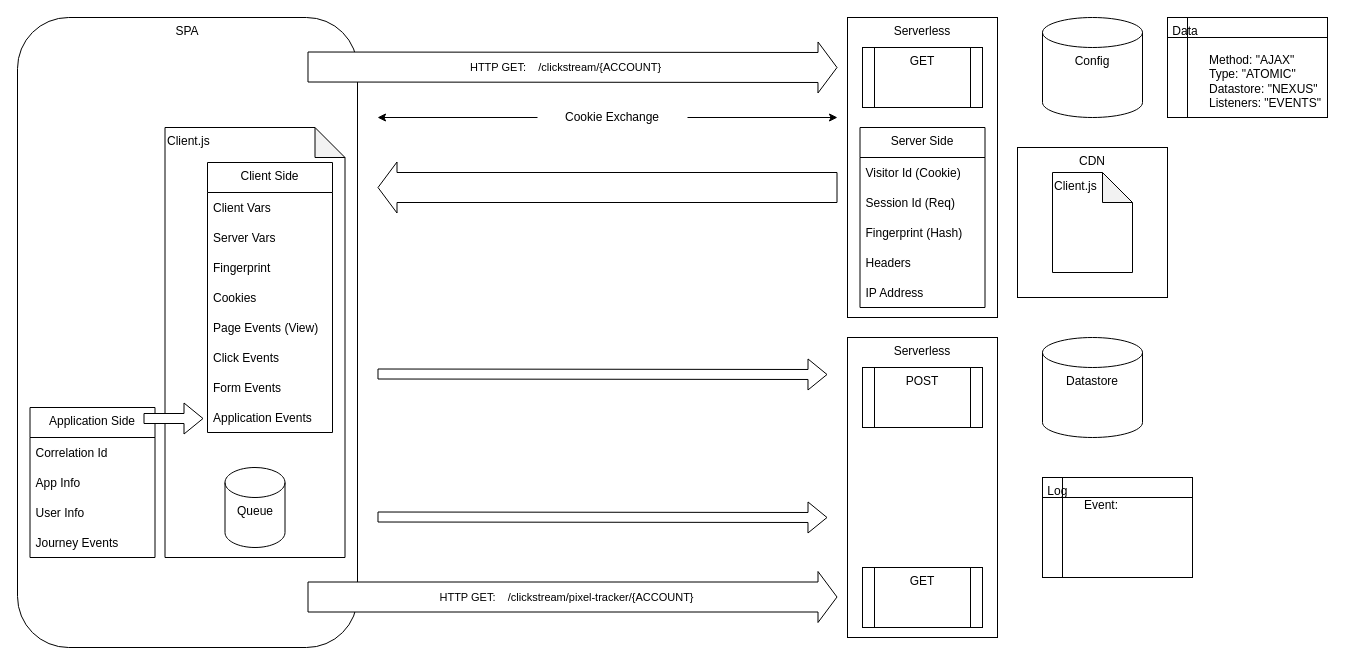
Earlier version of the draw.io diagram Clickstream.drawio (hikumealan/draw-io-diagrams). Source tidied: cells renumbered, new cells numbered last; positions are measured from the earlier drawing's top-left corner, leaving out a move shared by most shapes. Both pictures are drawn from the tidied source at 100%, with x=0, y=0 at pixel (17, 17).
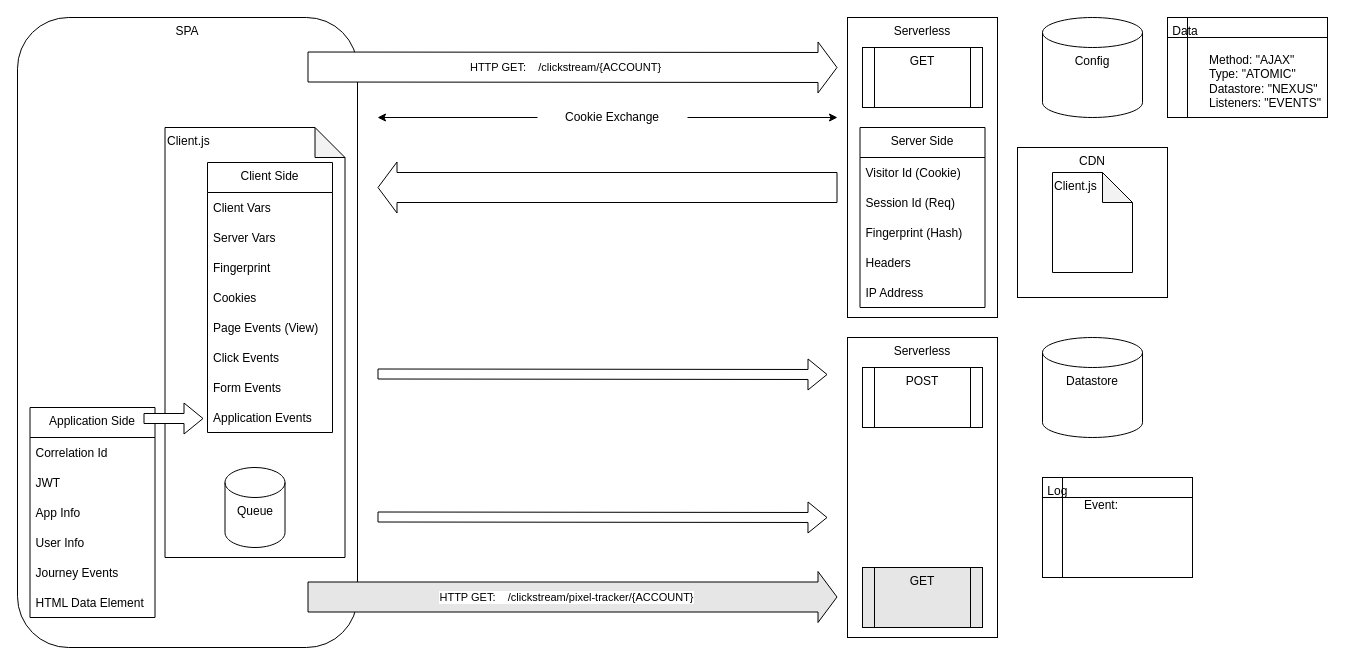
After the change.

Diff of the diagram source:
```diff
@@
     <mxCell id="31" value="Application Side" style="swimlane;fontStyle=0;horizontal=1;startSize=30;verticalAlign=top;" parent="1" vertex="1">
-      <mxGeometry x="12.5" y="390" width="125" height="150" as="geometry" />
+      <mxGeometry x="12.5" y="390" width="125" height="210" as="geometry" />
     </mxCell>
+    <mxCell id="47" value="Correlation Id" style="text;strokeColor=none;fillColor=none;align=left;verticalAlign=middle;spacingLeft=4;spacingRight=4;overflow=hidden;" parent="31" vertex="1">
+      <mxGeometry y="30" width="125" height="30" as="geometry" />
+    </mxCell>
-    <mxCell id="32" value="Correlation Id" style="text;strokeColor=none;fillColor=none;align=left;verticalAlign=middle;spacingLeft=4;spacingRight=4;overflow=hidden;" parent="31" vertex="1">
-      <mxGeometry y="30" width="125" height="30" as="geometry" />
+    <mxCell id="32" value="JWT" style="text;strokeColor=none;fillColor=none;align=left;verticalAlign=middle;spacingLeft=4;spacingRight=4;overflow=hidden;" parent="31" vertex="1">
+      <mxGeometry y="60" width="125" height="30" as="geometry" />
     </mxCell>
     <mxCell id="33" value="App Info" style="text;strokeColor=none;fillColor=none;align=left;verticalAlign=middle;spacingLeft=4;spacingRight=4;overflow=hidden;" parent="31" vertex="1">
-      <mxGeometry y="60" width="125" height="30" as="geometry" />
+      <mxGeometry y="90" width="125" height="30" as="geometry" />
     </mxCell>
     <mxCell id="34" value="User Info" style="text;strokeColor=none;fillColor=none;align=left;verticalAlign=middle;spacingLeft=4;spacingRight=4;overflow=hidden;" parent="31" vertex="1">
-      <mxGeometry y="90" width="125" height="30" as="geometry" />
+      <mxGeometry y="120" width="125" height="30" as="geometry" />
     </mxCell>
     <mxCell id="35" value="Journey Events" style="text;strokeColor=none;fillColor=none;align=left;verticalAlign=middle;spacingLeft=4;spacingRight=4;overflow=hidden;" parent="31" vertex="1">
-      <mxGeometry y="120" width="125" height="30" as="geometry" />
+      <mxGeometry y="150" width="125" height="30" as="geometry" />
     </mxCell>
+    <mxCell id="48" value="HTML Data Element" style="text;strokeColor=none;fillColor=none;align=left;verticalAlign=middle;spacingLeft=4;spacingRight=4;overflow=hidden;" parent="31" vertex="1">
+      <mxGeometry y="180" width="125" height="30" as="geometry" />
+    </mxCell>
@@
-    <mxCell id="41" style="shape=flexArrow;endArrow=classic;html=1;width=30;fillColor=default;" parent="1" edge="1">
+    <mxCell id="41" style="shape=flexArrow;endArrow=classic;html=1;width=30;fillColor=#E6E6E6;" parent="1" edge="1">
       <mxGeometry relative="1" as="geometry">
         <mxPoint x="290" y="579.5" as="sourcePoint" />
         <mxPoint x="820" y="579.5" as="targetPoint" />
       </mxGeometry>
     </mxCell>
@@
-    <mxCell id="46" value="GET" style="shape=process;whiteSpace=wrap;html=1;backgroundOutline=1;verticalAlign=top;" parent="1" vertex="1">
+    <mxCell id="46" value="GET" style="shape=process;whiteSpace=wrap;html=1;backgroundOutline=1;verticalAlign=top;fillColor=#E6E6E6;" parent="1" vertex="1">
       <mxGeometry x="845" y="550" width="120" height="60" as="geometry" />
     </mxCell>
```
